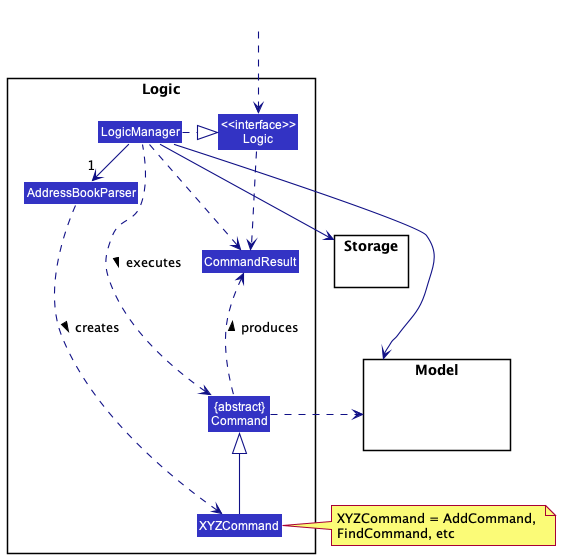
Earlier version of the PlantUML export docs/images/LogicClassDiagram.png (nus-cs2103-AY2223S2/tp).
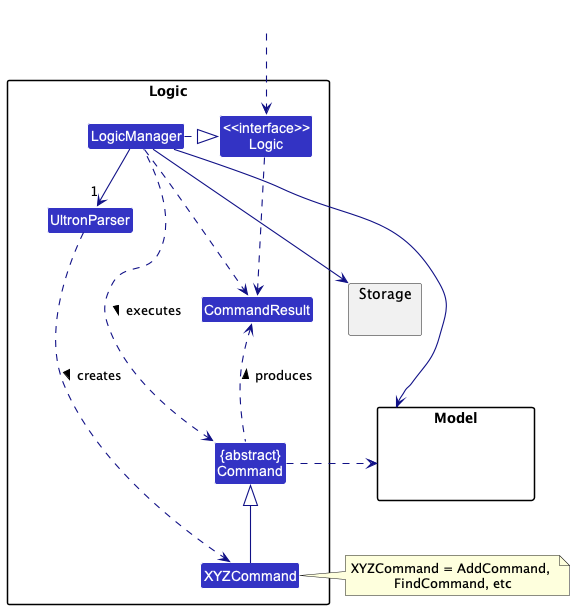
Later version of the same file.

The edit, as a diff of the source:
```diff
@@ -6,7 +6,7 @@
 
 package Logic {
 
-Class AddressBookParser
+Class UltronParser
 Class XYZCommand
 Class CommandResult
 Class "{abstract}\nCommand" as Command
@@ -27,8 +27,8 @@
 HiddenOutside ..> Logic
 
 LogicManager .right.|> Logic
-LogicManager -right->"1" AddressBookParser
-AddressBookParser ..> XYZCommand : creates >
+LogicManager -right->"1" UltronParser
+UltronParser ..> XYZCommand : creates >
 
 XYZCommand -up-|> Command
 LogicManager .left.> Command : executes >
```
